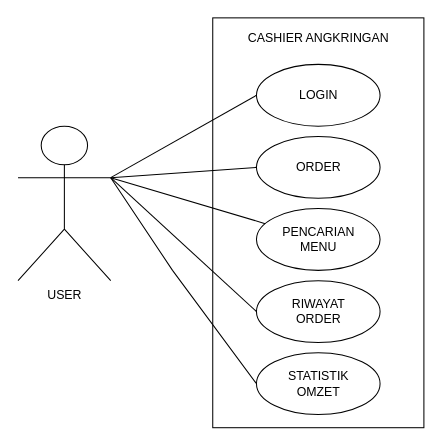
Before: usecase-cashier.drawio in fjarr/cashier, a draw.io diagram. Source tidied: cells renumbered, new cells numbered last; positions are measured from the earlier drawing's top-left corner, leaving out a move shared by most shapes. Both pictures are drawn from the tidied source at 103%, with x=0, y=0 at pixel (18, 23).
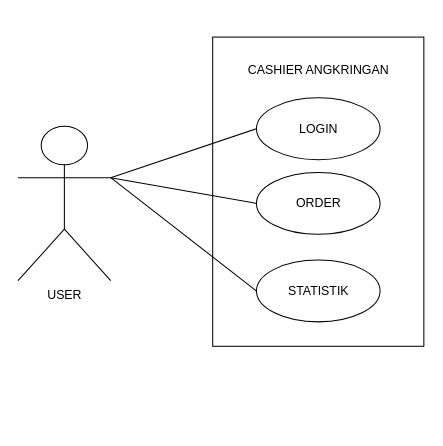
After the change.

Diff of the diagram source:
```diff
@@
 <mxGraphModel>
   <root>
     <mxCell id="0" />
     <mxCell id="1" parent="0" />
     <mxCell id="2" style="rounded=0;whiteSpace=wrap;html=1;rotation=90;" parent="1" vertex="1">
-      <mxGeometry x="92.6" y="91.3" width="397.9" height="205" as="geometry" />
+      <mxGeometry x="141.4" y="61.1" width="300.2" height="205" as="geometry" />
     </mxCell>
     <mxCell id="3" value="ORDER" style="ellipse;whiteSpace=wrap;html=1;" parent="1" vertex="1">
-      <mxGeometry x="231.5" y="110" width="120" height="60" as="geometry" />
+      <mxGeometry x="231.5" y="145" width="120" height="60" as="geometry" />
     </mxCell>
-    <mxCell id="4" value="PENCARIAN&lt;div&gt;MENU&lt;/div&gt;" style="ellipse;whiteSpace=wrap;html=1;" parent="1" vertex="1">
-      <mxGeometry x="231.5" y="180" width="120" height="60" as="geometry" />
-    </mxCell>
-    <mxCell id="5" value="RIWAYAT&lt;div&gt;ORDER&lt;/div&gt;" style="ellipse;whiteSpace=wrap;html=1;" parent="1" vertex="1">
-      <mxGeometry x="231.5" y="250" width="120" height="60" as="geometry" />
+    <mxCell id="5" value="STATISTIK" style="ellipse;whiteSpace=wrap;html=1;" parent="1" vertex="1">
+      <mxGeometry x="231.5" y="230" width="120" height="60" as="geometry" />
     </mxCell>
-    <mxCell id="6" value="STATISTIK&lt;div&gt;OMZET&lt;/div&gt;" style="ellipse;whiteSpace=wrap;html=1;" parent="1" vertex="1">
-      <mxGeometry x="231.5" y="320" width="120" height="60" as="geometry" />
-    </mxCell>
     <mxCell id="7" value="CASHIER ANGKRINGAN" style="text;html=1;align=center;verticalAlign=middle;whiteSpace=wrap;rounded=0;" parent="1" vertex="1">
-      <mxGeometry x="213.5" width="156" height="30" as="geometry" />
+      <mxGeometry x="213.5" y="31.1" width="156" height="30" as="geometry" />
     </mxCell>
     <mxCell id="8" value="USER" style="shape=umlActor;verticalLabelPosition=bottom;verticalAlign=top;html=1;" parent="1" vertex="1">
       <mxGeometry y="100" width="90" height="150" as="geometry" />
     </mxCell>
     <mxCell id="9" style="endArrow=none;html=1;rounded=0;entryX=0;entryY=0.5;entryDx=0;entryDy=0;" parent="1" edge="1" target="3">
       <mxGeometry relative="1" as="geometry">
         <mxPoint x="90" y="150" as="sourcePoint" />
       </mxGeometry>
     </mxCell>
-    <mxCell id="10" style="endArrow=none;html=1;rounded=0;" parent="1" edge="1" target="4">
-      <mxGeometry relative="1" as="geometry">
-        <mxPoint x="90" y="150" as="sourcePoint" />
-      </mxGeometry>
-    </mxCell>
     <mxCell id="11" style="endArrow=none;html=1;rounded=0;entryX=0;entryY=0.5;entryDx=0;entryDy=0;" parent="1" edge="1" target="5">
       <mxGeometry relative="1" as="geometry">
         <mxPoint x="90" y="150" as="sourcePoint" />
       </mxGeometry>
     </mxCell>
-    <mxCell id="12" style="endArrow=none;html=1;rounded=0;entryX=0;entryY=0.5;entryDx=0;entryDy=0;" parent="1" edge="1" target="6">
-      <mxGeometry relative="1" as="geometry">
-        <mxPoint x="90" y="150" as="sourcePoint" />
-        <Array as="points">
-          <mxPoint x="150" y="240" />
-        </Array>
-      </mxGeometry>
-    </mxCell>
     <mxCell id="13" value="LOGIN" style="ellipse;whiteSpace=wrap;html=1;" parent="1" vertex="1">
-      <mxGeometry x="231.5" y="40" width="120" height="60" as="geometry" />
+      <mxGeometry x="231.5" y="72.5" width="120" height="60" as="geometry" />
     </mxCell>
     <mxCell id="14" style="endArrow=none;html=1;rounded=0;entryX=0;entryY=0.5;entryDx=0;entryDy=0;" parent="1" edge="1" target="13">
       <mxGeometry relative="1" as="geometry">
         <mxPoint x="90" y="150" as="sourcePoint" />
       </mxGeometry>
     </mxCell>
   </root>
 </mxGraphModel>
```
